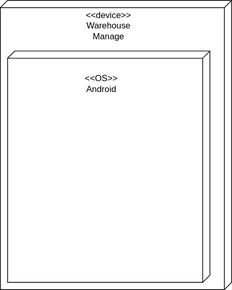
Simamkele88/IFM3_GP keeps this draw.io diagram as component_deployment.svg. Above is the earlier version. Source tidied: cells renumbered, new cells last; positions are measured from the earlier drawing's top-left corner, leaving out a move shared by most shapes. Source of this version:
```xml
<mxGraphModel>
  <root>
    <mxCell id="0" />
    <mxCell id="1" parent="0" />
    <mxCell id="2" style="verticalAlign=top;align=left;spacingTop=8;spacingLeft=2;spacingRight=12;shape=cube;size=10;direction=south;fontStyle=4;html=1;whiteSpace=wrap;" parent="1" vertex="1">
      <mxGeometry width="320" height="400" as="geometry" />
    </mxCell>
    <mxCell id="3" style="verticalAlign=top;align=left;spacingTop=8;spacingLeft=2;spacingRight=12;shape=cube;size=10;direction=south;fontStyle=4;html=1;whiteSpace=wrap;" parent="1" vertex="1">
      <mxGeometry x="10" y="70" width="280" height="320" as="geometry" />
    </mxCell>
    <mxCell id="4" value="&lt;div&gt;&amp;lt;&amp;lt;device&amp;gt;&amp;gt;&lt;/div&gt;&lt;div&gt;Warehouse Manage&lt;/div&gt;" style="text;html=1;align=center;verticalAlign=middle;whiteSpace=wrap;rounded=0;" parent="1" vertex="1">
      <mxGeometry x="120" y="20" width="60" height="30" as="geometry" />
    </mxCell>
    <mxCell id="5" value="&lt;div&gt;&amp;lt;&amp;lt;OS&amp;gt;&amp;gt;&lt;/div&gt;&lt;div&gt;Android&lt;/div&gt;" style="text;html=1;align=center;verticalAlign=middle;whiteSpace=wrap;rounded=0;" parent="1" vertex="1">
      <mxGeometry x="110" y="100" width="60" height="30" as="geometry" />
    </mxCell>
  </root>
</mxGraphModel>
```
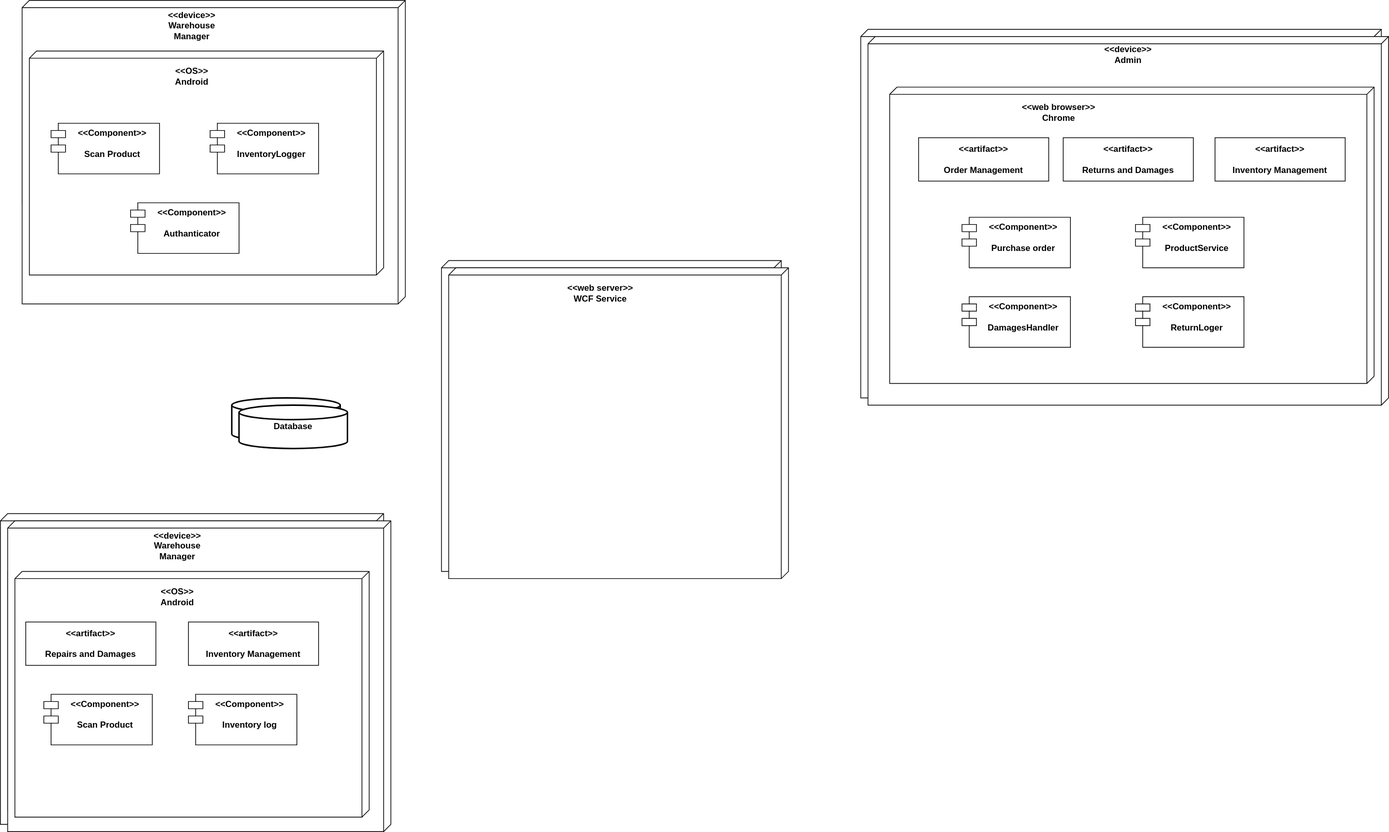
After the change.

Change to the diagram source:
```diff
@@ -2,17 +2,173 @@
   <root>
     <mxCell id="0" />
     <mxCell id="1" parent="0" />
-    <mxCell id="2" style="verticalAlign=top;align=left;spacingTop=8;spacingLeft=2;spacingRight=12;shape=cube;size=10;direction=south;fontStyle=4;html=1;whiteSpace=wrap;" parent="1" vertex="1">
-      <mxGeometry width="320" height="400" as="geometry" />
-    </mxCell>
     <mxCell id="3" style="verticalAlign=top;align=left;spacingTop=8;spacingLeft=2;spacingRight=12;shape=cube;size=10;direction=south;fontStyle=4;html=1;whiteSpace=wrap;" parent="1" vertex="1">
-      <mxGeometry x="10" y="70" width="280" height="320" as="geometry" />
+      <mxGeometry x="10" y="30" width="490" height="220" as="geometry" />
     </mxCell>
-    <mxCell id="4" value="&lt;div&gt;&amp;lt;&amp;lt;device&amp;gt;&amp;gt;&lt;/div&gt;&lt;div&gt;Warehouse Manage&lt;/div&gt;" style="text;html=1;align=center;verticalAlign=middle;whiteSpace=wrap;rounded=0;" parent="1" vertex="1">
-      <mxGeometry x="120" y="20" width="60" height="30" as="geometry" />
+    <mxCell id="4" value="&lt;div&gt;&amp;lt;&amp;lt;device&amp;gt;&amp;gt;&lt;/div&gt;&lt;div&gt;Warehouse Manager&lt;/div&gt;" style="text;html=1;align=center;verticalAlign=middle;whiteSpace=wrap;rounded=0;" parent="1" vertex="1">
+      <mxGeometry x="205" y="-20" width="60" height="30" as="geometry" />
     </mxCell>
     <mxCell id="5" value="&lt;div&gt;&amp;lt;&amp;lt;OS&amp;gt;&amp;gt;&lt;/div&gt;&lt;div&gt;Android&lt;/div&gt;" style="text;html=1;align=center;verticalAlign=middle;whiteSpace=wrap;rounded=0;" parent="1" vertex="1">
-      <mxGeometry x="110" y="100" width="60" height="30" as="geometry" />
+      <mxGeometry x="205" y="50" width="60" height="30" as="geometry" />
     </mxCell>
+    <mxCell id="6" value="&lt;div&gt;&amp;lt;&amp;lt;Component&amp;gt;&amp;gt;&lt;/div&gt;&lt;div&gt;&lt;br&gt;&lt;/div&gt;&lt;div&gt;&lt;b&gt;Scan Produc&lt;/b&gt;t&lt;/div&gt;" style="shape=module;align=left;spacingLeft=20;align=center;verticalAlign=top;whiteSpace=wrap;html=1;" parent="1" vertex="1">
+      <mxGeometry x="40" y="130" width="150" height="70" as="geometry" />
+    </mxCell>
+    <mxCell id="7" value="&lt;div&gt;&amp;lt;&amp;lt;Component&amp;gt;&amp;gt;&lt;/div&gt;&lt;div&gt;&lt;br&gt;&lt;/div&gt;&lt;div&gt;InventoryLogger&lt;/div&gt;" style="shape=module;align=left;spacingLeft=20;align=center;verticalAlign=top;whiteSpace=wrap;html=1;" parent="1" vertex="1">
+      <mxGeometry x="260" y="130" width="150" height="70" as="geometry" />
+    </mxCell>
+    <mxCell id="8" style="verticalAlign=top;align=left;spacingTop=8;spacingLeft=2;spacingRight=12;shape=cube;size=10;direction=south;fontStyle=4;html=1;whiteSpace=wrap;" parent="1" vertex="1">
+      <mxGeometry x="1170" y="10" width="720" height="510" as="geometry" />
+    </mxCell>
+    <mxCell id="9" style="verticalAlign=top;align=left;spacingTop=8;spacingLeft=2;spacingRight=12;shape=cube;size=10;direction=south;fontStyle=4;html=1;whiteSpace=wrap;" parent="1" vertex="1">
+      <mxGeometry x="1200" y="80" width="670" height="410" as="geometry" />
+    </mxCell>
+    <mxCell id="10" value="&lt;div&gt;&amp;lt;&amp;lt;device&amp;gt;&amp;gt;&lt;/div&gt;&lt;div&gt;Admin&lt;/div&gt;" style="text;html=1;align=center;verticalAlign=middle;whiteSpace=wrap;rounded=0;" parent="1" vertex="1">
+      <mxGeometry x="1500" y="20" width="60" height="30" as="geometry" />
+    </mxCell>
+    <mxCell id="11" value="&lt;div&gt;&amp;lt;&amp;lt;web browser&amp;gt;&amp;gt;&lt;/div&gt;&lt;div&gt;Chrome&lt;/div&gt;" style="text;html=1;align=center;verticalAlign=middle;whiteSpace=wrap;rounded=0;" parent="1" vertex="1">
+      <mxGeometry x="1377.5" y="100" width="112.5" height="30" as="geometry" />
+    </mxCell>
+    <mxCell id="12" value="&lt;div&gt;&amp;lt;&amp;lt;Component&amp;gt;&amp;gt;&lt;/div&gt;&lt;div&gt;&lt;br&gt;&lt;/div&gt;&lt;div&gt;Purchase order&lt;/div&gt;" style="shape=module;align=left;spacingLeft=20;align=center;verticalAlign=top;whiteSpace=wrap;html=1;" parent="1" vertex="1">
+      <mxGeometry x="1300" y="260" width="150" height="70" as="geometry" />
+    </mxCell>
+    <mxCell id="13" value="&amp;lt;&amp;lt;artifact&amp;gt;&amp;gt;&lt;br&gt;&lt;br&gt;&lt;b&gt;Returns and Damages&lt;/b&gt;" style="html=1;align=center;verticalAlign=middle;dashed=0;whiteSpace=wrap;" parent="1" vertex="1">
+      <mxGeometry x="1440" y="150" width="180" height="60" as="geometry" />
+    </mxCell>
+    <mxCell id="14" value="&amp;lt;&amp;lt;artifact&amp;gt;&amp;gt;&lt;br&gt;&lt;br&gt;&lt;b&gt;Order Management&lt;/b&gt;" style="html=1;align=center;verticalAlign=middle;dashed=0;whiteSpace=wrap;" parent="1" vertex="1">
+      <mxGeometry x="1240" y="150" width="180" height="60" as="geometry" />
+    </mxCell>
+    <mxCell id="15" value="&lt;div&gt;&amp;lt;&amp;lt;Component&amp;gt;&amp;gt;&lt;/div&gt;&lt;div&gt;&lt;br&gt;&lt;/div&gt;&lt;div&gt;ProductService&lt;/div&gt;" style="shape=module;align=left;spacingLeft=20;align=center;verticalAlign=top;whiteSpace=wrap;html=1;" parent="1" vertex="1">
+      <mxGeometry x="1540" y="260" width="150" height="70" as="geometry" />
+    </mxCell>
+    <mxCell id="16" style="verticalAlign=top;align=left;spacingTop=8;spacingLeft=2;spacingRight=12;shape=cube;size=10;direction=south;fontStyle=4;html=1;whiteSpace=wrap;" parent="1" vertex="1">
+      <mxGeometry x="590" y="330" width="470" height="430" as="geometry" />
+    </mxCell>
+    <mxCell id="17" value="&lt;div&gt;&amp;lt;&amp;lt;web server&amp;gt;&amp;gt;&lt;/div&gt;&lt;div&gt;WCF Service&lt;/div&gt;" style="text;html=1;align=center;verticalAlign=middle;whiteSpace=wrap;rounded=0;" parent="1" vertex="1">
+      <mxGeometry x="750" y="350" width="100" height="30" as="geometry" />
+    </mxCell>
+    <mxCell id="18" value="Database" style="strokeWidth=2;html=1;shape=mxgraph.flowchart.database;whiteSpace=wrap;" parent="1" vertex="1">
+      <mxGeometry x="300" y="520" width="150" height="60" as="geometry" />
+    </mxCell>
+    <mxCell id="19" value="&amp;lt;&amp;lt;artifact&amp;gt;&amp;gt;&lt;br&gt;&lt;div&gt;&lt;b&gt;&lt;br&gt;&lt;/b&gt;&lt;/div&gt;&lt;div&gt;&lt;b&gt;Inventory Management&lt;/b&gt;&lt;/div&gt;" style="html=1;align=center;verticalAlign=middle;dashed=0;whiteSpace=wrap;" parent="1" vertex="1">
+      <mxGeometry x="1650" y="150" width="180" height="60" as="geometry" />
+    </mxCell>
+    <mxCell id="20" value="&lt;div&gt;&amp;lt;&amp;lt;Component&amp;gt;&amp;gt;&lt;/div&gt;&lt;div&gt;&lt;br&gt;&lt;/div&gt;&lt;div&gt;DamagesHandler&lt;/div&gt;" style="shape=module;align=left;spacingLeft=20;align=center;verticalAlign=top;whiteSpace=wrap;html=1;" parent="1" vertex="1">
+      <mxGeometry x="1300" y="370" width="150" height="70" as="geometry" />
+    </mxCell>
+    <mxCell id="21" value="&lt;div&gt;&amp;lt;&amp;lt;Component&amp;gt;&amp;gt;&lt;/div&gt;&lt;div&gt;&lt;br&gt;&lt;/div&gt;&lt;div&gt;ReturnLoger&lt;/div&gt;" style="shape=module;align=left;spacingLeft=20;align=center;verticalAlign=top;whiteSpace=wrap;html=1;" parent="1" vertex="1">
+      <mxGeometry x="1540" y="370" width="150" height="70" as="geometry" />
+    </mxCell>
+    <mxCell id="22" style="verticalAlign=top;align=left;spacingTop=8;spacingLeft=2;spacingRight=12;shape=cube;size=10;direction=south;fontStyle=4;html=1;whiteSpace=wrap;" parent="1" vertex="1">
+      <mxGeometry x="-20" y="680" width="530" height="430" as="geometry" />
+    </mxCell>
+    <mxCell id="23" style="verticalAlign=top;align=left;spacingTop=8;spacingLeft=2;spacingRight=12;shape=cube;size=10;direction=south;fontStyle=4;html=1;whiteSpace=wrap;" parent="1" vertex="1">
+      <mxGeometry x="-10" y="750" width="490" height="340" as="geometry" />
+    </mxCell>
+    <mxCell id="24" value="&lt;div&gt;&amp;lt;&amp;lt;device&amp;gt;&amp;gt;&lt;/div&gt;&lt;div&gt;Warehouse Manager&lt;/div&gt;" style="text;html=1;align=center;verticalAlign=middle;whiteSpace=wrap;rounded=0;" parent="1" vertex="1">
+      <mxGeometry x="185" y="700" width="60" height="30" as="geometry" />
+    </mxCell>
+    <mxCell id="25" value="&lt;div&gt;&amp;lt;&amp;lt;OS&amp;gt;&amp;gt;&lt;/div&gt;&lt;div&gt;Android&lt;/div&gt;" style="text;html=1;align=center;verticalAlign=middle;whiteSpace=wrap;rounded=0;" parent="1" vertex="1">
+      <mxGeometry x="185" y="770" width="60" height="30" as="geometry" />
+    </mxCell>
+    <mxCell id="26" value="&lt;div&gt;&amp;lt;&amp;lt;Component&amp;gt;&amp;gt;&lt;/div&gt;&lt;div&gt;&lt;br&gt;&lt;/div&gt;&lt;div&gt;Scan Product&lt;/div&gt;" style="shape=module;align=left;spacingLeft=20;align=center;verticalAlign=top;whiteSpace=wrap;html=1;" parent="1" vertex="1">
+      <mxGeometry x="30" y="920" width="150" height="70" as="geometry" />
+    </mxCell>
+    <mxCell id="27" value="&amp;lt;&amp;lt;artifact&amp;gt;&amp;gt;&lt;br&gt;&lt;br&gt;&lt;b&gt;Inventory Management&lt;/b&gt;" style="html=1;align=center;verticalAlign=middle;dashed=0;whiteSpace=wrap;" parent="1" vertex="1">
+      <mxGeometry x="230" y="820" width="180" height="60" as="geometry" />
+    </mxCell>
+    <mxCell id="28" value="&amp;lt;&amp;lt;artifact&amp;gt;&amp;gt;&lt;br&gt;&lt;br&gt;&lt;b&gt;Repairs and Damages&lt;/b&gt;" style="html=1;align=center;verticalAlign=middle;dashed=0;whiteSpace=wrap;" parent="1" vertex="1">
+      <mxGeometry x="5" y="820" width="180" height="60" as="geometry" />
+    </mxCell>
+    <mxCell id="29" value="&lt;div&gt;&amp;lt;&amp;lt;Component&amp;gt;&amp;gt;&lt;/div&gt;&lt;div&gt;&lt;br&gt;&lt;/div&gt;&lt;div&gt;Inventory log&lt;/div&gt;" style="shape=module;align=left;spacingLeft=20;align=center;verticalAlign=top;whiteSpace=wrap;html=1;" parent="1" vertex="1">
+      <mxGeometry x="230" y="920" width="150" height="70" as="geometry" />
+    </mxCell>
+    <mxCell id="30" style="verticalAlign=top;align=left;spacingTop=8;spacingLeft=2;spacingRight=12;shape=cube;size=10;direction=south;fontStyle=5;html=1;whiteSpace=wrap;" parent="1" vertex="1">
+      <mxGeometry x="10" y="-30" width="530" height="420" as="geometry" />
+    </mxCell>
+    <mxCell id="31" style="verticalAlign=top;align=left;spacingTop=8;spacingLeft=2;spacingRight=12;shape=cube;size=10;direction=south;fontStyle=5;html=1;whiteSpace=wrap;" parent="1" vertex="1">
+      <mxGeometry x="20" y="40" width="490" height="310" as="geometry" />
+    </mxCell>
+    <mxCell id="32" value="&lt;div&gt;&amp;lt;&amp;lt;device&amp;gt;&amp;gt;&lt;/div&gt;&lt;div&gt;Warehouse Manager&lt;/div&gt;" style="text;html=1;align=center;verticalAlign=middle;whiteSpace=wrap;rounded=0;fontStyle=1;" parent="1" vertex="1">
+      <mxGeometry x="215" y="-10" width="60" height="30" as="geometry" />
+    </mxCell>
+    <mxCell id="33" value="&lt;div&gt;&amp;lt;&amp;lt;OS&amp;gt;&amp;gt;&lt;/div&gt;&lt;div&gt;Android&lt;/div&gt;" style="text;html=1;align=center;verticalAlign=middle;whiteSpace=wrap;rounded=0;fontStyle=1;" parent="1" vertex="1">
+      <mxGeometry x="215" y="60" width="60" height="30" as="geometry" />
+    </mxCell>
+    <mxCell id="34" value="&lt;div&gt;&amp;lt;&amp;lt;Component&amp;gt;&amp;gt;&lt;/div&gt;&lt;div&gt;&lt;br&gt;&lt;/div&gt;&lt;div&gt;&lt;span&gt;Scan Produc&lt;/span&gt;t&lt;/div&gt;" style="shape=module;align=left;spacingLeft=20;align=center;verticalAlign=top;whiteSpace=wrap;html=1;fontStyle=1;" parent="1" vertex="1">
+      <mxGeometry x="50" y="140" width="150" height="70" as="geometry" />
+    </mxCell>
+    <mxCell id="35" value="&lt;div&gt;&amp;lt;&amp;lt;Component&amp;gt;&amp;gt;&lt;/div&gt;&lt;div&gt;&lt;br&gt;&lt;/div&gt;&lt;div&gt;InventoryLogger&lt;/div&gt;" style="shape=module;align=left;spacingLeft=20;align=center;verticalAlign=top;whiteSpace=wrap;html=1;fontStyle=1;" parent="1" vertex="1">
+      <mxGeometry x="270" y="140" width="150" height="70" as="geometry" />
+    </mxCell>
+    <mxCell id="36" style="verticalAlign=top;align=left;spacingTop=8;spacingLeft=2;spacingRight=12;shape=cube;size=10;direction=south;fontStyle=5;html=1;whiteSpace=wrap;" parent="1" vertex="1">
+      <mxGeometry x="1180" y="20" width="720" height="510" as="geometry" />
+    </mxCell>
+    <mxCell id="37" style="verticalAlign=top;align=left;spacingTop=8;spacingLeft=2;spacingRight=12;shape=cube;size=10;direction=south;fontStyle=5;html=1;whiteSpace=wrap;" parent="1" vertex="1">
+      <mxGeometry x="1210" y="90" width="670" height="410" as="geometry" />
+    </mxCell>
+    <mxCell id="38" value="&lt;div&gt;&amp;lt;&amp;lt;device&amp;gt;&amp;gt;&lt;/div&gt;&lt;div&gt;Admin&lt;/div&gt;" style="text;html=1;align=center;verticalAlign=middle;whiteSpace=wrap;rounded=0;fontStyle=1;" parent="1" vertex="1">
+      <mxGeometry x="1510" y="30" width="60" height="30" as="geometry" />
+    </mxCell>
+    <mxCell id="39" value="&lt;div&gt;&amp;lt;&amp;lt;web browser&amp;gt;&amp;gt;&lt;/div&gt;&lt;div&gt;Chrome&lt;/div&gt;" style="text;html=1;align=center;verticalAlign=middle;whiteSpace=wrap;rounded=0;fontStyle=1;" parent="1" vertex="1">
+      <mxGeometry x="1387.5" y="110" width="112.5" height="30" as="geometry" />
+    </mxCell>
+    <mxCell id="40" value="&lt;div&gt;&amp;lt;&amp;lt;Component&amp;gt;&amp;gt;&lt;/div&gt;&lt;div&gt;&lt;br&gt;&lt;/div&gt;&lt;div&gt;Purchase order&lt;/div&gt;" style="shape=module;align=left;spacingLeft=20;align=center;verticalAlign=top;whiteSpace=wrap;html=1;fontStyle=1;" parent="1" vertex="1">
+      <mxGeometry x="1310" y="270" width="150" height="70" as="geometry" />
+    </mxCell>
+    <mxCell id="41" value="&amp;lt;&amp;lt;artifact&amp;gt;&amp;gt;&lt;br&gt;&lt;br&gt;&lt;span&gt;Returns and Damages&lt;/span&gt;" style="html=1;align=center;verticalAlign=middle;dashed=0;whiteSpace=wrap;fontStyle=1;" parent="1" vertex="1">
+      <mxGeometry x="1450" y="160" width="180" height="60" as="geometry" />
+    </mxCell>
+    <mxCell id="42" value="&amp;lt;&amp;lt;artifact&amp;gt;&amp;gt;&lt;br&gt;&lt;br&gt;&lt;span&gt;Order Management&lt;/span&gt;" style="html=1;align=center;verticalAlign=middle;dashed=0;whiteSpace=wrap;fontStyle=1;" parent="1" vertex="1">
+      <mxGeometry x="1250" y="160" width="180" height="60" as="geometry" />
+    </mxCell>
+    <mxCell id="43" value="&lt;div&gt;&amp;lt;&amp;lt;Component&amp;gt;&amp;gt;&lt;/div&gt;&lt;div&gt;&lt;br&gt;&lt;/div&gt;&lt;div&gt;ProductService&lt;/div&gt;" style="shape=module;align=left;spacingLeft=20;align=center;verticalAlign=top;whiteSpace=wrap;html=1;fontStyle=1;" parent="1" vertex="1">
+      <mxGeometry x="1550" y="270" width="150" height="70" as="geometry" />
+    </mxCell>
+    <mxCell id="44" style="verticalAlign=top;align=left;spacingTop=8;spacingLeft=2;spacingRight=12;shape=cube;size=10;direction=south;fontStyle=5;html=1;whiteSpace=wrap;" parent="1" vertex="1">
+      <mxGeometry x="600" y="340" width="470" height="430" as="geometry" />
+    </mxCell>
+    <mxCell id="45" value="&lt;div&gt;&amp;lt;&amp;lt;web server&amp;gt;&amp;gt;&lt;/div&gt;&lt;div&gt;WCF Service&lt;/div&gt;" style="text;html=1;align=center;verticalAlign=middle;whiteSpace=wrap;rounded=0;fontStyle=1;" parent="1" vertex="1">
+      <mxGeometry x="760" y="360" width="100" height="30" as="geometry" />
+    </mxCell>
+    <mxCell id="46" value="Database" style="strokeWidth=2;html=1;shape=mxgraph.flowchart.database;whiteSpace=wrap;fontStyle=1;" parent="1" vertex="1">
+      <mxGeometry x="310" y="530" width="150" height="60" as="geometry" />
+    </mxCell>
+    <mxCell id="47" value="&amp;lt;&amp;lt;artifact&amp;gt;&amp;gt;&lt;br&gt;&lt;div&gt;&lt;span&gt;&lt;br&gt;&lt;/span&gt;&lt;/div&gt;&lt;div&gt;&lt;span&gt;Inventory Management&lt;/span&gt;&lt;/div&gt;" style="html=1;align=center;verticalAlign=middle;dashed=0;whiteSpace=wrap;fontStyle=1;" parent="1" vertex="1">
+      <mxGeometry x="1660" y="160" width="180" height="60" as="geometry" />
+    </mxCell>
+    <mxCell id="48" value="&lt;div&gt;&amp;lt;&amp;lt;Component&amp;gt;&amp;gt;&lt;/div&gt;&lt;div&gt;&lt;br&gt;&lt;/div&gt;&lt;div&gt;DamagesHandler&lt;/div&gt;" style="shape=module;align=left;spacingLeft=20;align=center;verticalAlign=top;whiteSpace=wrap;html=1;fontStyle=1;" parent="1" vertex="1">
+      <mxGeometry x="1310" y="380" width="150" height="70" as="geometry" />
+    </mxCell>
+    <mxCell id="49" value="&lt;div&gt;&amp;lt;&amp;lt;Component&amp;gt;&amp;gt;&lt;/div&gt;&lt;div&gt;&lt;br&gt;&lt;/div&gt;&lt;div&gt;ReturnLoger&lt;/div&gt;" style="shape=module;align=left;spacingLeft=20;align=center;verticalAlign=top;whiteSpace=wrap;html=1;fontStyle=1;" parent="1" vertex="1">
+      <mxGeometry x="1550" y="380" width="150" height="70" as="geometry" />
+    </mxCell>
+    <mxCell id="50" style="verticalAlign=top;align=left;spacingTop=8;spacingLeft=2;spacingRight=12;shape=cube;size=10;direction=south;fontStyle=5;html=1;whiteSpace=wrap;" parent="1" vertex="1">
+      <mxGeometry x="-10" y="690" width="530" height="430" as="geometry" />
+    </mxCell>
+    <mxCell id="51" style="verticalAlign=top;align=left;spacingTop=8;spacingLeft=2;spacingRight=12;shape=cube;size=10;direction=south;fontStyle=5;html=1;whiteSpace=wrap;" parent="1" vertex="1">
+      <mxGeometry y="760" width="490" height="340" as="geometry" />
+    </mxCell>
+    <mxCell id="52" value="&lt;div&gt;&amp;lt;&amp;lt;device&amp;gt;&amp;gt;&lt;/div&gt;&lt;div&gt;Warehouse Manager&lt;/div&gt;" style="text;html=1;align=center;verticalAlign=middle;whiteSpace=wrap;rounded=0;fontStyle=1;" parent="1" vertex="1">
+      <mxGeometry x="195" y="710" width="60" height="30" as="geometry" />
+    </mxCell>
+    <mxCell id="53" value="&lt;div&gt;&amp;lt;&amp;lt;OS&amp;gt;&amp;gt;&lt;/div&gt;&lt;div&gt;Android&lt;/div&gt;" style="text;html=1;align=center;verticalAlign=middle;whiteSpace=wrap;rounded=0;fontStyle=1;" parent="1" vertex="1">
+      <mxGeometry x="195" y="780" width="60" height="30" as="geometry" />
+    </mxCell>
+    <mxCell id="54" value="&lt;div&gt;&amp;lt;&amp;lt;Component&amp;gt;&amp;gt;&lt;/div&gt;&lt;div&gt;&lt;br&gt;&lt;/div&gt;&lt;div&gt;Scan Product&lt;/div&gt;" style="shape=module;align=left;spacingLeft=20;align=center;verticalAlign=top;whiteSpace=wrap;html=1;fontStyle=1;" parent="1" vertex="1">
+      <mxGeometry x="40" y="930" width="150" height="70" as="geometry" />
+    </mxCell>
+    <mxCell id="55" value="&amp;lt;&amp;lt;artifact&amp;gt;&amp;gt;&lt;br&gt;&lt;br&gt;&lt;span&gt;Inventory Management&lt;/span&gt;" style="html=1;align=center;verticalAlign=middle;dashed=0;whiteSpace=wrap;fontStyle=1;" parent="1" vertex="1">
+      <mxGeometry x="240" y="830" width="180" height="60" as="geometry" />
+    </mxCell>
+    <mxCell id="56" value="&amp;lt;&amp;lt;artifact&amp;gt;&amp;gt;&lt;br&gt;&lt;br&gt;&lt;span&gt;Repairs and Damages&lt;/span&gt;" style="html=1;align=center;verticalAlign=middle;dashed=0;whiteSpace=wrap;fontStyle=1;" parent="1" vertex="1">
+      <mxGeometry x="15" y="830" width="180" height="60" as="geometry" />
+    </mxCell>
+    <mxCell id="57" value="&lt;div&gt;&amp;lt;&amp;lt;Component&amp;gt;&amp;gt;&lt;/div&gt;&lt;div&gt;&lt;br&gt;&lt;/div&gt;&lt;div&gt;Inventory log&lt;/div&gt;" style="shape=module;align=left;spacingLeft=20;align=center;verticalAlign=top;whiteSpace=wrap;html=1;fontStyle=1;" parent="1" vertex="1">
+      <mxGeometry x="240" y="930" width="150" height="70" as="geometry" />
+    </mxCell>
+    <mxCell id="58" value="&lt;div&gt;&amp;lt;&amp;lt;Component&amp;gt;&amp;gt;&lt;/div&gt;&lt;div&gt;&lt;br&gt;&lt;/div&gt;&lt;div&gt;Authanticator&lt;/div&gt;" style="shape=module;align=left;spacingLeft=20;align=center;verticalAlign=top;whiteSpace=wrap;html=1;fontStyle=1;" parent="1" vertex="1">
+      <mxGeometry x="160" y="250" width="150" height="70" as="geometry" />
+    </mxCell>
   </root>
 </mxGraphModel>
```
